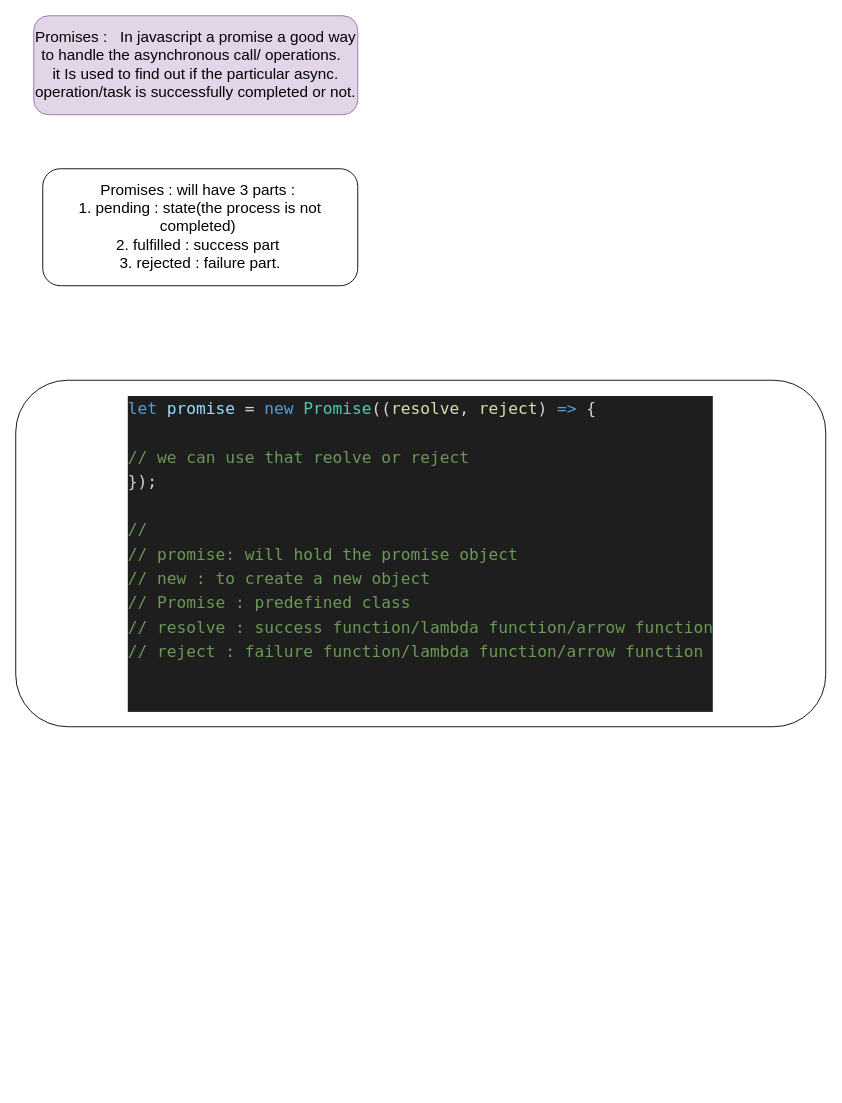
Above: page "Promises" (1 of 2) of Untitled Diagram.drawio in abhinandanchivate/CAOctAngularTraining (draw.io), before the change. Source tidied: cells renumbered, new cells numbered last; positions are measured from the earlier drawing's top-left corner, leaving out a move shared by most shapes. Both pictures are drawn from the tidied source at 90%, with x=0, y=0 at pixel (15, 15).
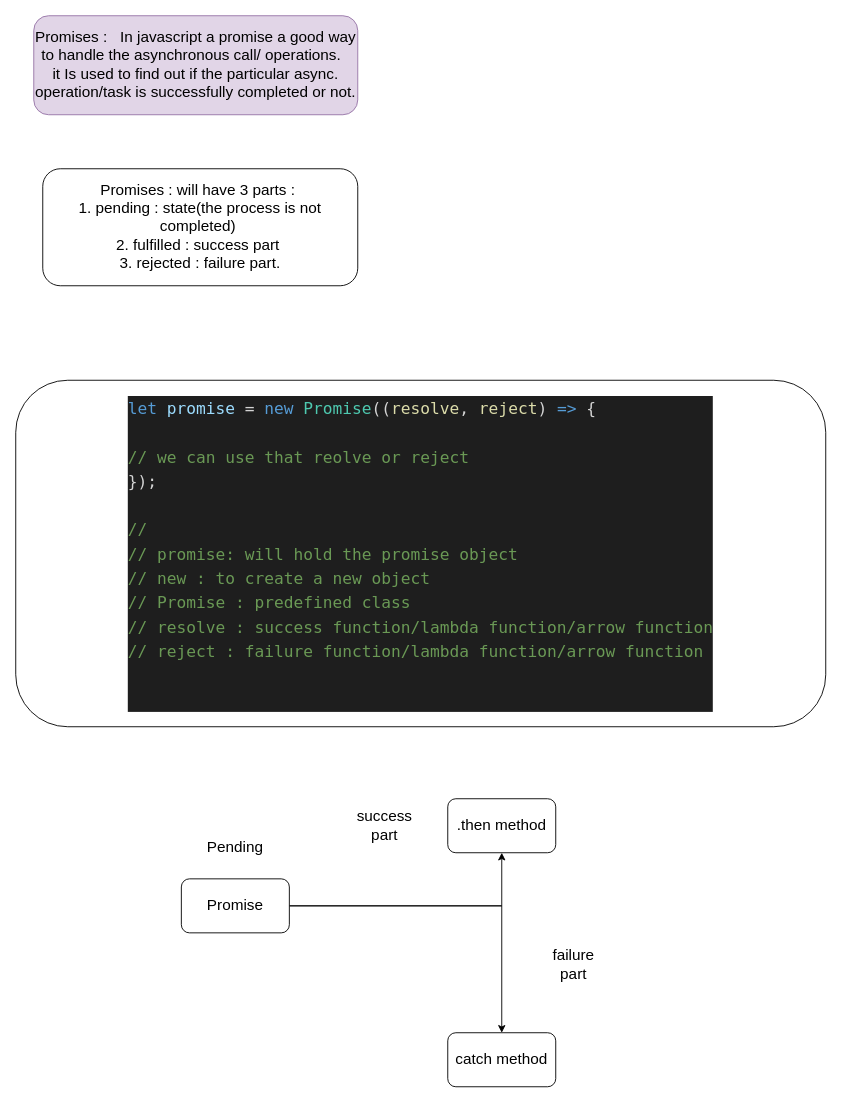
After the change.

Change to the diagram source:
```diff
@@
 <mxGraphModel>
   <root>
     <mxCell id="0" />
     <mxCell id="1" parent="0" />
     <mxCell id="2" value="Promises : &amp;nbsp; In javascript a promise a good way to handle the asynchronous call/ operations. &amp;nbsp;&lt;br style=&quot;font-size: 17px;&quot;&gt;it Is used to find out if the particular async. operation/task is successfully completed or not." style="rounded=1;whiteSpace=wrap;html=1;fontSize=17;fillColor=#e1d5e7;strokeColor=#9673a6;" parent="1" vertex="1">
       <mxGeometry x="20" width="360" height="110" as="geometry" />
     </mxCell>
     <mxCell id="3" value="Promises : will have 3 parts :&amp;nbsp;&lt;br&gt;1. pending : state(the process is not completed)&amp;nbsp;&lt;br&gt;2. fulfilled : success part&amp;nbsp;&lt;br&gt;3. rejected : failure part." style="rounded=1;whiteSpace=wrap;html=1;fontSize=17;" parent="1" vertex="1">
       <mxGeometry x="30" y="170" width="350" height="130" as="geometry" />
     </mxCell>
     <mxCell id="4" value="&lt;div style=&quot;font-style: normal; font-variant-caps: normal; font-weight: normal; letter-spacing: normal; text-align: start; text-indent: 0px; text-transform: none; word-spacing: 0px; -webkit-text-stroke-width: 0px; text-decoration: none; color: rgb(212, 212, 212); background-color: rgb(30, 30, 30); font-family: Menlo, Monaco, &amp;quot;Courier New&amp;quot;, monospace; font-size: 18px; line-height: 27px;&quot;&gt;&lt;div&gt;&lt;span style=&quot;color: rgb(86, 156, 214);&quot;&gt;let&lt;/span&gt;&lt;span style=&quot;color: rgb(212, 212, 212);&quot;&gt; &lt;/span&gt;&lt;span style=&quot;color: rgb(156, 220, 254);&quot;&gt;promise&lt;/span&gt;&lt;span style=&quot;color: rgb(212, 212, 212);&quot;&gt; = &lt;/span&gt;&lt;span style=&quot;color: rgb(86, 156, 214);&quot;&gt;new&lt;/span&gt;&lt;span style=&quot;color: rgb(212, 212, 212);&quot;&gt; &lt;/span&gt;&lt;span style=&quot;color: rgb(78, 201, 176);&quot;&gt;Promise&lt;/span&gt;&lt;span style=&quot;color: rgb(212, 212, 212);&quot;&gt;((&lt;/span&gt;&lt;span style=&quot;color: rgb(220, 220, 170);&quot;&gt;resolve&lt;/span&gt;&lt;span style=&quot;color: rgb(212, 212, 212);&quot;&gt;, &lt;/span&gt;&lt;span style=&quot;color: rgb(220, 220, 170);&quot;&gt;reject&lt;/span&gt;&lt;span style=&quot;color: rgb(212, 212, 212);&quot;&gt;) &lt;/span&gt;&lt;span style=&quot;color: rgb(86, 156, 214);&quot;&gt;=&amp;gt;&lt;/span&gt;&lt;span style=&quot;color: rgb(212, 212, 212);&quot;&gt; {&lt;/span&gt;&lt;/div&gt;&lt;br&gt;&lt;div&gt;&lt;span style=&quot;color: rgb(212, 212, 212);&quot;&gt;    &lt;/span&gt;&lt;span style=&quot;color: rgb(106, 153, 85);&quot;&gt;// we can use that reolve or reject&lt;/span&gt;&lt;/div&gt;&lt;div&gt;&lt;span style=&quot;color: rgb(212, 212, 212);&quot;&gt;});&lt;/span&gt;&lt;/div&gt;&lt;br&gt;&lt;div&gt;&lt;span style=&quot;color: rgb(106, 153, 85);&quot;&gt;//  &lt;/span&gt;&lt;/div&gt;&lt;div&gt;&lt;span style=&quot;color: rgb(106, 153, 85);&quot;&gt;// promise: will hold the promise object&lt;/span&gt;&lt;/div&gt;&lt;div&gt;&lt;span style=&quot;color: rgb(106, 153, 85);&quot;&gt;// new : to create a new object&lt;/span&gt;&lt;/div&gt;&lt;div&gt;&lt;span style=&quot;color: rgb(106, 153, 85);&quot;&gt;// Promise : predefined class&lt;/span&gt;&lt;/div&gt;&lt;div&gt;&lt;span style=&quot;color: rgb(106, 153, 85);&quot;&gt;// resolve : success function/lambda function/arrow function&lt;/span&gt;&lt;/div&gt;&lt;div&gt;&lt;span style=&quot;color: rgb(106, 153, 85);&quot;&gt;// reject : failure function/lambda function/arrow function&lt;/span&gt;&lt;/div&gt;&lt;br&gt;&lt;br&gt;&lt;/div&gt;" style="rounded=1;whiteSpace=wrap;html=1;fontSize=17;" parent="1" vertex="1">
       <mxGeometry y="405" width="900" height="385" as="geometry" />
     </mxCell>
+    <mxCell id="5" style="edgeStyle=orthogonalEdgeStyle;rounded=0;jettySize=auto;html=1;fontSize=17;" parent="1" edge="1" source="7" target="9">
+      <mxGeometry relative="1" as="geometry" />
+    </mxCell>
+    <mxCell id="6" style="edgeStyle=orthogonalEdgeStyle;rounded=0;jettySize=auto;html=1;fontSize=17;" parent="1" edge="1" source="7" target="10">
+      <mxGeometry relative="1" as="geometry" />
+    </mxCell>
+    <mxCell id="7" value="Promise" style="rounded=1;whiteSpace=wrap;html=1;fontSize=17;" parent="1" vertex="1">
+      <mxGeometry x="184" y="959" width="120" height="60" as="geometry" />
+    </mxCell>
+    <mxCell id="8" value="Pending" style="text;html=1;strokeColor=none;fillColor=none;align=center;verticalAlign=middle;whiteSpace=wrap;rounded=0;fontSize=17;" parent="1" vertex="1">
+      <mxGeometry x="214" y="910" width="60" height="30" as="geometry" />
+    </mxCell>
+    <mxCell id="9" value=".then method" style="whiteSpace=wrap;html=1;fontSize=17;rounded=1;" parent="1" vertex="1">
+      <mxGeometry x="480" y="870" width="120" height="60" as="geometry" />
+    </mxCell>
+    <mxCell id="10" value="catch method" style="whiteSpace=wrap;html=1;fontSize=17;rounded=1;" parent="1" vertex="1">
+      <mxGeometry x="480" y="1130" width="120" height="60" as="geometry" />
+    </mxCell>
+    <mxCell id="11" value="success part" style="text;html=1;strokeColor=none;fillColor=none;align=center;verticalAlign=middle;whiteSpace=wrap;rounded=0;fontSize=17;" parent="1" vertex="1">
+      <mxGeometry x="380" y="885" width="60" height="30" as="geometry" />
+    </mxCell>
+    <mxCell id="12" value="failure part" style="text;html=1;strokeColor=none;fillColor=none;align=center;verticalAlign=middle;whiteSpace=wrap;rounded=0;fontSize=17;" parent="1" vertex="1">
+      <mxGeometry x="590" y="1040" width="60" height="30" as="geometry" />
+    </mxCell>
   </root>
 </mxGraphModel>
```
